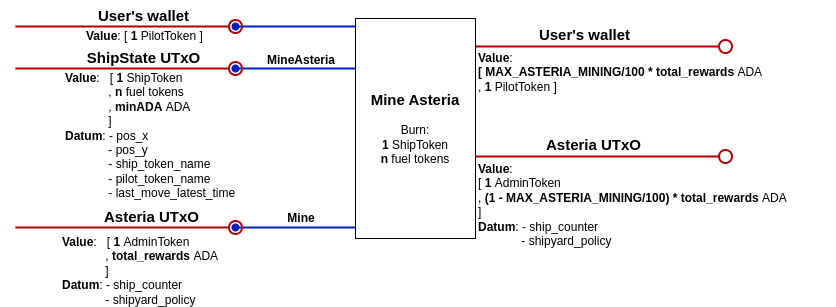
This is frontend/public/txs/mine-asteria.png from txpipe/asteria, a draw.io export, as it was before one commit. Source tidied: cells renumbered, new cells last; positions are measured from the earlier drawing's top-left corner, leaving out a move shared by most shapes.
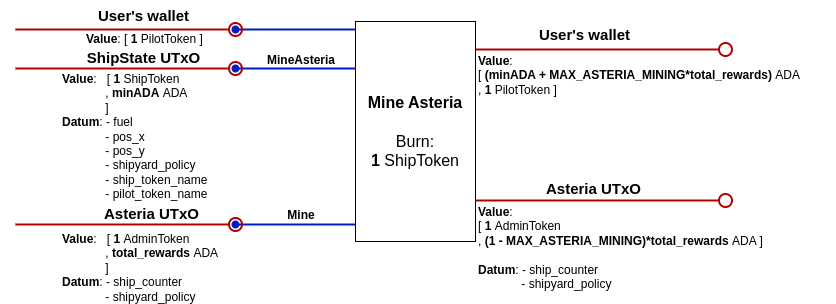
The same diagram one commit later.

Change to the diagram source:
```diff
@@ -10,3 +10,3 @@
     </mxCell>
-    <mxCell id="3" value="&lt;font style=&quot;font-size: 12px;&quot;&gt;&lt;b style=&quot;font-size: 15px;&quot;&gt;Mine Asteria&lt;/b&gt;&lt;br&gt;&lt;br&gt;&lt;font style=&quot;font-size: 12px;&quot;&gt;Burn:&lt;br&gt;&lt;b style=&quot;&quot;&gt;1 &lt;/b&gt;ShipToken&lt;br&gt;&lt;/font&gt;&lt;/font&gt;&lt;div style=&quot;&quot;&gt;&lt;font style=&quot;font-size: 12px;&quot;&gt;&lt;b style=&quot;&quot;&gt;n &lt;/b&gt;fuel tokens&lt;/font&gt;&lt;/div&gt;" style="rounded=0;whiteSpace=wrap;html=1;" parent="1" vertex="1">
+    <mxCell id="3" value="&lt;font style=&quot;font-size: 16px;&quot;&gt;&lt;b&gt;Mine Asteria&lt;/b&gt;&lt;br&gt;&lt;br&gt;Burn:&lt;br&gt;&lt;b&gt;1 &lt;/b&gt;ShipToken&lt;br&gt;&lt;/font&gt;" style="rounded=0;whiteSpace=wrap;html=1;" parent="1" vertex="1">
       <mxGeometry x="340" y="18" width="120" height="220" as="geometry" />
@@ -14,3 +14,3 @@
     <mxCell id="4" value="&lt;div&gt;&lt;font size=&quot;1&quot;&gt;&lt;b style=&quot;font-size: 15px;&quot;&gt;User's wallet&lt;/b&gt;&lt;/font&gt;&lt;/div&gt;" style="text;html=1;align=center;verticalAlign=middle;strokeColor=none;fillColor=none;" parent="1" vertex="1">
-      <mxGeometry x="514.3" y="19" width="110" height="30" as="geometry" />
+      <mxGeometry x="514.3" y="16" width="110" height="30" as="geometry" />
     </mxCell>
@@ -24,4 +24,4 @@
       <mxGeometry relative="1" as="geometry">
-        <mxPoint x="340" y="68" as="sourcePoint" />
-        <mxPoint x="220" y="68" as="targetPoint" />
+        <mxPoint x="340" y="65" as="sourcePoint" />
+        <mxPoint x="220" y="65" as="targetPoint" />
       </mxGeometry>
@@ -29,3 +29,3 @@
     <mxCell id="8" value="&lt;span style=&quot;font-size: 15px;&quot;&gt;&lt;b&gt;ShipState UTxO&lt;/b&gt;&lt;/span&gt;" style="text;html=1;align=center;verticalAlign=middle;strokeColor=none;fillColor=none;" parent="1" vertex="1">
-      <mxGeometry x="58" y="42" width="140" height="30" as="geometry" />
+      <mxGeometry x="58" y="39" width="140" height="30" as="geometry" />
     </mxCell>
@@ -33,7 +33,7 @@
       <mxGeometry relative="1" as="geometry">
-        <mxPoint y="68" as="sourcePoint" />
-        <mxPoint x="220" y="68" as="targetPoint" />
+        <mxPoint y="65" as="sourcePoint" />
+        <mxPoint x="220" y="65" as="targetPoint" />
       </mxGeometry>
     </mxCell>
-    <mxCell id="10" value="&lt;div style=&quot;caret-color: rgb(0, 0, 0); color: rgb(0, 0, 0); font-family: Helvetica; font-size: 12px; font-style: normal; font-variant-caps: normal; letter-spacing: normal; text-indent: 0px; text-transform: none; word-spacing: 0px; -webkit-text-stroke-width: 0px; text-decoration: none;&quot;&gt;&lt;div style=&quot;&quot;&gt;&lt;b&gt;Value&lt;/b&gt;:&lt;/div&gt;&lt;div&gt;&lt;b style=&quot;background-color: initial;&quot;&gt;[ MAX_ASTERIA_MINING/100 * total_rewards&lt;/b&gt;&lt;b style=&quot;background-color: initial;&quot;&gt;&amp;nbsp;&lt;/b&gt;&lt;span style=&quot;background-color: initial;&quot;&gt;ADA&lt;/span&gt;&lt;/div&gt;&lt;div style=&quot;&quot;&gt;&lt;span style=&quot;background-color: initial;&quot;&gt;, &lt;/span&gt;&lt;b style=&quot;background-color: initial;&quot;&gt;1 &lt;/b&gt;&lt;span style=&quot;background-color: initial;&quot;&gt;PilotToken&amp;nbsp;&lt;/span&gt;&lt;span style=&quot;background-color: initial;&quot;&gt;]&lt;/span&gt;&lt;/div&gt;&lt;/div&gt;" style="text;whiteSpace=wrap;html=1;fontSize=12;align=left;" parent="1" vertex="1">
+    <mxCell id="10" value="&lt;div style=&quot;caret-color: rgb(0, 0, 0); color: rgb(0, 0, 0); font-family: Helvetica; font-size: 12px; font-style: normal; font-variant-caps: normal; letter-spacing: normal; text-indent: 0px; text-transform: none; word-spacing: 0px; -webkit-text-stroke-width: 0px; text-decoration: none;&quot;&gt;&lt;div style=&quot;&quot;&gt;&lt;b&gt;Value&lt;/b&gt;:&lt;/div&gt;&lt;div&gt;[ &lt;b&gt;(&lt;/b&gt;&lt;b style=&quot;background-color: initial;&quot;&gt;minADA + MAX_ASTERIA_MINING*total_rewards&lt;/b&gt;&lt;b style=&quot;background-color: initial;&quot;&gt;) &lt;/b&gt;&lt;span style=&quot;background-color: initial;&quot;&gt;ADA&lt;/span&gt;&lt;/div&gt;&lt;div style=&quot;&quot;&gt;&lt;span style=&quot;background-color: initial;&quot;&gt;, &lt;/span&gt;&lt;b style=&quot;background-color: initial;&quot;&gt;1 &lt;/b&gt;&lt;span style=&quot;background-color: initial;&quot;&gt;PilotToken&amp;nbsp;&lt;/span&gt;&lt;span style=&quot;background-color: initial;&quot;&gt;]&lt;/span&gt;&lt;/div&gt;&lt;/div&gt;" style="text;whiteSpace=wrap;html=1;fontSize=12;align=left;" parent="1" vertex="1">
       <mxGeometry x="461" y="44" width="340" height="33" as="geometry" />
@@ -42,4 +42,4 @@
       <mxGeometry relative="1" as="geometry">
-        <mxPoint x="340" y="227" as="sourcePoint" />
-        <mxPoint x="220" y="227" as="targetPoint" />
+        <mxPoint x="340" y="221" as="sourcePoint" />
+        <mxPoint x="220" y="221" as="targetPoint" />
       </mxGeometry>
@@ -47,3 +47,3 @@
     <mxCell id="12" value="&lt;span style=&quot;font-size: 15px;&quot;&gt;&lt;b&gt;Asteria UTxO&lt;/b&gt;&lt;/span&gt;" style="text;html=1;align=center;verticalAlign=middle;strokeColor=none;fillColor=none;" parent="1" vertex="1">
-      <mxGeometry x="76.2" y="201" width="120" height="30" as="geometry" />
+      <mxGeometry x="76.2" y="195" width="120" height="30" as="geometry" />
     </mxCell>
@@ -51,4 +51,4 @@
       <mxGeometry relative="1" as="geometry">
-        <mxPoint y="227" as="sourcePoint" />
-        <mxPoint x="220" y="227" as="targetPoint" />
+        <mxPoint y="221" as="sourcePoint" />
+        <mxPoint x="220" y="221" as="targetPoint" />
       </mxGeometry>
@@ -56,3 +56,3 @@
     <mxCell id="14" value="&lt;b&gt;Mine&lt;/b&gt;" style="text;html=1;strokeColor=none;fillColor=none;align=center;verticalAlign=middle;whiteSpace=wrap;rounded=0;" parent="1" vertex="1">
-      <mxGeometry x="234" y="203" width="104" height="30" as="geometry" />
+      <mxGeometry x="234" y="197" width="104" height="30" as="geometry" />
     </mxCell>
@@ -60,4 +60,4 @@
       <mxGeometry relative="1" as="geometry">
-        <mxPoint x="460" y="156" as="sourcePoint" />
-        <mxPoint x="710" y="156" as="targetPoint" />
+        <mxPoint x="460" y="197" as="sourcePoint" />
+        <mxPoint x="710" y="197" as="targetPoint" />
       </mxGeometry>
@@ -65,12 +65,12 @@
     <mxCell id="16" value="&lt;span style=&quot;font-size: 15px;&quot;&gt;&lt;b&gt;Asteria UTxO&lt;/b&gt;&lt;/span&gt;" style="text;html=1;align=center;verticalAlign=middle;strokeColor=none;fillColor=none;" parent="1" vertex="1">
-      <mxGeometry x="518" y="129" width="120" height="30" as="geometry" />
+      <mxGeometry x="518" y="170" width="120" height="30" as="geometry" />
     </mxCell>
-    <mxCell id="17" value="&lt;div style=&quot;caret-color: rgb(0, 0, 0); color: rgb(0, 0, 0); font-family: Helvetica; font-size: 12px; font-style: normal; font-variant-caps: normal; letter-spacing: normal; text-align: left; text-indent: 0px; text-transform: none; word-spacing: 0px; -webkit-text-stroke-width: 0px; text-decoration: none;&quot;&gt;&lt;span style=&quot;font-weight: 400;&quot;&gt;&lt;b&gt;Value&lt;/b&gt;:&lt;/span&gt;&lt;/div&gt;&lt;div style=&quot;caret-color: rgb(0, 0, 0); color: rgb(0, 0, 0); font-family: Helvetica; font-size: 12px; font-style: normal; font-variant-caps: normal; letter-spacing: normal; text-align: left; text-indent: 0px; text-transform: none; word-spacing: 0px; -webkit-text-stroke-width: 0px; text-decoration: none;&quot;&gt;&lt;span style=&quot;background-color: initial;&quot;&gt;[ &lt;/span&gt;&lt;b style=&quot;background-color: initial;&quot;&gt;1&lt;/b&gt;&lt;span style=&quot;background-color: initial;&quot;&gt;&amp;nbsp;&lt;/span&gt;&lt;span style=&quot;background-color: initial;&quot;&gt;AdminToken&lt;/span&gt;&lt;/div&gt;&lt;div style=&quot;caret-color: rgb(0, 0, 0); color: rgb(0, 0, 0); font-family: Helvetica; font-size: 12px; font-style: normal; font-variant-caps: normal; letter-spacing: normal; text-align: left; text-indent: 0px; text-transform: none; word-spacing: 0px; -webkit-text-stroke-width: 0px; text-decoration: none;&quot;&gt;&lt;span style=&quot;font-weight: 400;&quot;&gt;, &lt;/span&gt;&lt;b style=&quot;background-color: initial;&quot;&gt;(1 - MAX_ASTERIA_MINING/100) *&amp;nbsp;&lt;/b&gt;&lt;b style=&quot;background-color: initial;&quot;&gt;total_rewards&lt;/b&gt;&lt;b style=&quot;background-color: initial;&quot;&gt;&amp;nbsp;&lt;/b&gt;&lt;span style=&quot;background-color: initial;&quot;&gt;ADA&lt;/span&gt;&lt;/div&gt;&lt;div style=&quot;caret-color: rgb(0, 0, 0); color: rgb(0, 0, 0); font-family: Helvetica; font-size: 12px; font-style: normal; font-variant-caps: normal; letter-spacing: normal; text-align: left; text-indent: 0px; text-transform: none; word-spacing: 0px; -webkit-text-stroke-width: 0px; text-decoration: none;&quot;&gt;&lt;span style=&quot;background-color: initial;&quot;&gt;]&lt;/span&gt;&lt;/div&gt;&lt;div style=&quot;caret-color: rgb(0, 0, 0); color: rgb(0, 0, 0); font-family: Helvetica; font-size: 12px; font-style: normal; font-variant-caps: normal; letter-spacing: normal; text-align: left; text-indent: 0px; text-transform: none; word-spacing: 0px; -webkit-text-stroke-width: 0px; text-decoration: none;&quot;&gt;&lt;div&gt;&lt;span style=&quot;background-color: initial;&quot;&gt;&lt;b&gt;Datum&lt;/b&gt;: - ship_counter&lt;/span&gt;&lt;/div&gt;&lt;div&gt;&lt;span style=&quot;background-color: initial;&quot;&gt;&lt;span style=&quot;white-space: pre;&quot;&gt;&#9;&lt;/span&gt;&amp;nbsp; &amp;nbsp; &amp;nbsp;- shipyard_policy&lt;/span&gt;&lt;/div&gt;&lt;/div&gt;" style="text;whiteSpace=wrap;html=1;fontSize=12;" parent="1" vertex="1">
-      <mxGeometry x="461" y="155" width="360" height="71" as="geometry" />
+    <mxCell id="17" value="&lt;div style=&quot;caret-color: rgb(0, 0, 0); color: rgb(0, 0, 0); font-family: Helvetica; font-size: 12px; font-style: normal; font-variant-caps: normal; letter-spacing: normal; text-align: left; text-indent: 0px; text-transform: none; word-spacing: 0px; -webkit-text-stroke-width: 0px; text-decoration: none;&quot;&gt;&lt;span style=&quot;font-weight: 400;&quot;&gt;&lt;b&gt;Value&lt;/b&gt;:&lt;/span&gt;&lt;/div&gt;&lt;div style=&quot;caret-color: rgb(0, 0, 0); color: rgb(0, 0, 0); font-family: Helvetica; font-size: 12px; font-style: normal; font-variant-caps: normal; letter-spacing: normal; text-align: left; text-indent: 0px; text-transform: none; word-spacing: 0px; -webkit-text-stroke-width: 0px; text-decoration: none;&quot;&gt;&lt;span style=&quot;background-color: initial;&quot;&gt;[ &lt;/span&gt;&lt;b style=&quot;background-color: initial;&quot;&gt;1&lt;/b&gt;&lt;span style=&quot;background-color: initial;&quot;&gt;&amp;nbsp;&lt;/span&gt;&lt;span style=&quot;background-color: initial;&quot;&gt;AdminToken&lt;/span&gt;&lt;/div&gt;&lt;div style=&quot;caret-color: rgb(0, 0, 0); color: rgb(0, 0, 0); font-family: Helvetica; font-size: 12px; font-style: normal; font-variant-caps: normal; letter-spacing: normal; text-align: left; text-indent: 0px; text-transform: none; word-spacing: 0px; -webkit-text-stroke-width: 0px; text-decoration: none;&quot;&gt;&lt;span style=&quot;font-weight: 400;&quot;&gt;,&amp;nbsp;&lt;/span&gt;&lt;b style=&quot;background-color: initial;&quot;&gt;(1 - MAX_ASTERIA_MINING)*&lt;/b&gt;&lt;b style=&quot;background-color: initial;&quot;&gt;total_rewards&lt;/b&gt;&lt;b style=&quot;background-color: initial;&quot;&gt;&amp;nbsp;&lt;/b&gt;&lt;span style=&quot;background-color: initial;&quot;&gt;ADA ]&lt;/span&gt;&lt;/div&gt;&lt;div style=&quot;caret-color: rgb(0, 0, 0); color: rgb(0, 0, 0); font-family: Helvetica; font-size: 12px; font-style: normal; font-variant-caps: normal; letter-spacing: normal; text-align: left; text-indent: 0px; text-transform: none; word-spacing: 0px; -webkit-text-stroke-width: 0px; text-decoration: none;&quot;&gt;&lt;span style=&quot;background-color: initial;&quot;&gt;&lt;br&gt;&lt;/span&gt;&lt;/div&gt;&lt;div style=&quot;caret-color: rgb(0, 0, 0); color: rgb(0, 0, 0); font-family: Helvetica; font-size: 12px; font-style: normal; font-variant-caps: normal; letter-spacing: normal; text-align: left; text-indent: 0px; text-transform: none; word-spacing: 0px; -webkit-text-stroke-width: 0px; text-decoration: none;&quot;&gt;&lt;div&gt;&lt;span style=&quot;background-color: initial;&quot;&gt;&lt;b&gt;Datum&lt;/b&gt;: - ship_counter&lt;/span&gt;&lt;/div&gt;&lt;div&gt;&lt;span style=&quot;background-color: initial;&quot;&gt;&lt;span style=&quot;white-space: pre;&quot;&gt;&#9;&lt;/span&gt;&amp;nbsp; &amp;nbsp; &amp;nbsp;- shipyard_policy&lt;/span&gt;&lt;/div&gt;&lt;/div&gt;" style="text;whiteSpace=wrap;html=1;fontSize=12;" parent="1" vertex="1">
+      <mxGeometry x="461" y="195" width="360" height="71" as="geometry" />
     </mxCell>
     <mxCell id="18" value="&lt;div style=&quot;caret-color: rgb(0, 0, 0); color: rgb(0, 0, 0); font-family: Helvetica; font-size: 12px; font-style: normal; font-variant-caps: normal; letter-spacing: normal; text-align: left; text-indent: 0px; text-transform: none; word-spacing: 0px; -webkit-text-stroke-width: 0px; text-decoration: none;&quot;&gt;&lt;span style=&quot;font-weight: 400;&quot;&gt;&lt;b&gt;Value&lt;/b&gt;: &amp;nbsp; [ &lt;/span&gt;&lt;b&gt;1&lt;/b&gt;&lt;span style=&quot;font-weight: 400;&quot;&gt;&amp;nbsp;&lt;/span&gt;AdminToken&lt;br&gt;&lt;b&gt;&lt;/b&gt;&lt;span style=&quot;font-weight: 400;&quot;&gt;&amp;nbsp; &amp;nbsp; &amp;nbsp; &amp;nbsp; &amp;nbsp; &amp;nbsp; &amp;nbsp;, &lt;/span&gt;&lt;b&gt;total_rewards&lt;/b&gt;&lt;b style=&quot;background-color: initial;&quot;&gt;&amp;nbsp;&lt;/b&gt;&lt;span style=&quot;background-color: initial;&quot;&gt;ADA&lt;/span&gt;&lt;/div&gt;&lt;div style=&quot;caret-color: rgb(0, 0, 0); color: rgb(0, 0, 0); font-family: Helvetica; font-size: 12px; font-style: normal; font-variant-caps: normal; letter-spacing: normal; text-align: left; text-indent: 0px; text-transform: none; word-spacing: 0px; -webkit-text-stroke-width: 0px; text-decoration: none;&quot;&gt;&lt;span style=&quot;background-color: initial;&quot;&gt;&amp;nbsp; &amp;nbsp; &amp;nbsp; &amp;nbsp; &amp;nbsp; &amp;nbsp; &amp;nbsp;]&lt;/span&gt;&lt;/div&gt;&lt;div style=&quot;caret-color: rgb(0, 0, 0); color: rgb(0, 0, 0); font-family: Helvetica; font-size: 12px; font-style: normal; font-variant-caps: normal; letter-spacing: normal; text-align: left; text-indent: 0px; text-transform: none; word-spacing: 0px; -webkit-text-stroke-width: 0px; text-decoration: none;&quot;&gt;&lt;span style=&quot;background-color: initial;&quot;&gt;&lt;b&gt;Datum&lt;/b&gt;: - ship_counter&lt;/span&gt;&lt;/div&gt;&lt;div style=&quot;caret-color: rgb(0, 0, 0); color: rgb(0, 0, 0); font-family: Helvetica; font-size: 12px; font-style: normal; font-variant-caps: normal; letter-spacing: normal; text-align: left; text-indent: 0px; text-transform: none; word-spacing: 0px; -webkit-text-stroke-width: 0px; text-decoration: none;&quot;&gt;&lt;span style=&quot;background-color: initial;&quot;&gt;&lt;span style=&quot;white-space: pre;&quot;&gt;&#9;&lt;/span&gt;&amp;nbsp; &amp;nbsp; &amp;nbsp;- shipyard_policy&lt;br&gt;&lt;/span&gt;&lt;/div&gt;" style="text;whiteSpace=wrap;html=1;fontSize=12;" parent="1" vertex="1">
-      <mxGeometry x="44.5" y="228" width="183.5" height="70" as="geometry" />
+      <mxGeometry x="44.5" y="222" width="183.5" height="70" as="geometry" />
     </mxCell>
     <mxCell id="19" value="&lt;b&gt;MineAsteria&lt;/b&gt;" style="text;html=1;strokeColor=none;fillColor=none;align=center;verticalAlign=middle;whiteSpace=wrap;rounded=0;" parent="1" vertex="1">
-      <mxGeometry x="234" y="45" width="104" height="30" as="geometry" />
+      <mxGeometry x="234" y="42" width="104" height="30" as="geometry" />
     </mxCell>
@@ -83,3 +83,3 @@
     <mxCell id="21" value="&lt;b&gt;&lt;font style=&quot;font-size: 15px;&quot;&gt;User's wallet&lt;/font&gt;&lt;/b&gt;" style="text;html=1;align=center;verticalAlign=middle;strokeColor=none;fillColor=none;" parent="1" vertex="1">
-      <mxGeometry x="73" width="110" height="30" as="geometry" />
+      <mxGeometry x="73" y="-3" width="110" height="30" as="geometry" />
     </mxCell>
@@ -94,5 +94,5 @@
     </mxCell>
-    <mxCell id="24" value="&lt;div style=&quot;caret-color: rgb(0, 0, 0); color: rgb(0, 0, 0); font-family: Helvetica; font-size: 12px; font-style: normal; font-variant-caps: normal; letter-spacing: normal; text-align: left; text-indent: 0px; text-transform: none; word-spacing: 0px; -webkit-text-stroke-width: 0px; text-decoration: none;&quot;&gt;&lt;span style=&quot;font-weight: 400;&quot;&gt;&lt;b&gt;Value&lt;/b&gt;: &amp;nbsp; [ &lt;/span&gt;&lt;b&gt;1&lt;/b&gt;&lt;span style=&quot;font-weight: 400;&quot;&gt;&amp;nbsp;Ship&lt;/span&gt;Token&lt;/div&gt;&lt;div style=&quot;caret-color: rgb(0, 0, 0); color: rgb(0, 0, 0); font-family: Helvetica; font-size: 12px; font-style: normal; font-variant-caps: normal; letter-spacing: normal; text-align: left; text-indent: 0px; text-transform: none; word-spacing: 0px; -webkit-text-stroke-width: 0px; text-decoration: none;&quot;&gt;&amp;nbsp; &amp;nbsp; &amp;nbsp; &amp;nbsp; &amp;nbsp; &amp;nbsp; &amp;nbsp;, &lt;b&gt;n &lt;/b&gt;fuel tokens&lt;br&gt;&lt;b&gt;&lt;/b&gt;&lt;span style=&quot;font-weight: 400;&quot;&gt;&amp;nbsp; &amp;nbsp; &amp;nbsp; &amp;nbsp; &amp;nbsp; &amp;nbsp; &amp;nbsp;, &lt;/span&gt;&lt;b&gt;minADA&lt;/b&gt;&amp;nbsp;ADA&lt;/div&gt;&lt;div style=&quot;caret-color: rgb(0, 0, 0); color: rgb(0, 0, 0); font-family: Helvetica; font-size: 12px; font-style: normal; font-variant-caps: normal; letter-spacing: normal; text-align: left; text-indent: 0px; text-transform: none; word-spacing: 0px; -webkit-text-stroke-width: 0px; text-decoration: none;&quot;&gt;&lt;span style=&quot;background-color: initial;&quot;&gt;&amp;nbsp; &amp;nbsp; &amp;nbsp; &amp;nbsp; &amp;nbsp; &amp;nbsp; &amp;nbsp;]&lt;/span&gt;&lt;/div&gt;&lt;div style=&quot;caret-color: rgb(0, 0, 0); color: rgb(0, 0, 0); font-family: Helvetica; font-size: 12px; font-style: normal; font-variant-caps: normal; letter-spacing: normal; text-align: left; text-indent: 0px; text-transform: none; word-spacing: 0px; -webkit-text-stroke-width: 0px; text-decoration: none;&quot;&gt;&lt;span style=&quot;background-color: initial;&quot;&gt;&lt;b&gt;Datum&lt;/b&gt;:&amp;nbsp;&lt;/span&gt;&lt;span style=&quot;background-color: initial;&quot;&gt;- pos_x&lt;/span&gt;&lt;/div&gt;&lt;div style=&quot;caret-color: rgb(0, 0, 0); color: rgb(0, 0, 0); font-family: Helvetica; font-size: 12px; font-style: normal; font-variant-caps: normal; letter-spacing: normal; text-align: left; text-indent: 0px; text-transform: none; word-spacing: 0px; -webkit-text-stroke-width: 0px; text-decoration: none;&quot;&gt;&lt;span style=&quot;background-color: initial;&quot;&gt;&lt;span style=&quot;white-space: pre;&quot;&gt;&#9;&lt;/span&gt;&amp;nbsp; &amp;nbsp; &amp;nbsp;- pos_y&lt;/span&gt;&lt;/div&gt;&lt;div style=&quot;caret-color: rgb(0, 0, 0); color: rgb(0, 0, 0); font-family: Helvetica; font-size: 12px; font-style: normal; font-variant-caps: normal; letter-spacing: normal; text-align: left; text-indent: 0px; text-transform: none; word-spacing: 0px; -webkit-text-stroke-width: 0px; text-decoration: none;&quot;&gt;&lt;span style=&quot;background-color: initial;&quot;&gt;&lt;span style=&quot;white-space: pre;&quot;&gt;&#9;&lt;/span&gt;&amp;nbsp; &amp;nbsp; &amp;nbsp;- ship_token_name&lt;br&gt;&lt;/span&gt;&lt;/div&gt;&lt;div style=&quot;caret-color: rgb(0, 0, 0); color: rgb(0, 0, 0); font-family: Helvetica; font-size: 12px; font-style: normal; font-variant-caps: normal; letter-spacing: normal; text-align: left; text-indent: 0px; text-transform: none; word-spacing: 0px; -webkit-text-stroke-width: 0px; text-decoration: none;&quot;&gt;&lt;span style=&quot;background-color: initial;&quot;&gt;&lt;span style=&quot;white-space: pre;&quot;&gt;&#9;&lt;/span&gt;&amp;nbsp; &amp;nbsp; &amp;nbsp;- pilot_token_name&lt;br&gt;&lt;/span&gt;&lt;/div&gt;&lt;div style=&quot;caret-color: rgb(0, 0, 0); color: rgb(0, 0, 0); font-family: Helvetica; font-size: 12px; font-style: normal; font-variant-caps: normal; letter-spacing: normal; text-align: left; text-indent: 0px; text-transform: none; word-spacing: 0px; -webkit-text-stroke-width: 0px; text-decoration: none;&quot;&gt;&lt;span style=&quot;background-color: initial;&quot;&gt;&lt;span style=&quot;white-space: pre;&quot;&gt;&#9;&lt;/span&gt;&amp;nbsp; &amp;nbsp; &amp;nbsp;- last_move_latest_time&lt;br&gt;&lt;/span&gt;&lt;/div&gt;" style="text;whiteSpace=wrap;html=1;fontSize=12;" parent="1" vertex="1">
-      <mxGeometry x="48" y="64" width="239.5" height="110" as="geometry" />
-    </mxCell>
+    <mxCell id="25" value="&lt;div style=&quot;caret-color: rgb(0, 0, 0); color: rgb(0, 0, 0); font-family: Helvetica; font-size: 12px; font-style: normal; font-variant-caps: normal; letter-spacing: normal; text-align: left; text-indent: 0px; text-transform: none; word-spacing: 0px; -webkit-text-stroke-width: 0px; text-decoration: none;&quot;&gt;&lt;span style=&quot;font-weight: 400;&quot;&gt;&lt;b&gt;Value&lt;/b&gt;: &amp;nbsp; [ &lt;/span&gt;&lt;b&gt;1&lt;/b&gt;&lt;span style=&quot;font-weight: 400;&quot;&gt;&amp;nbsp;Ship&lt;/span&gt;Token&lt;br&gt;&lt;b&gt;&lt;/b&gt;&lt;span style=&quot;font-weight: 400;&quot;&gt;&amp;nbsp; &amp;nbsp; &amp;nbsp; &amp;nbsp; &amp;nbsp; &amp;nbsp; &amp;nbsp;, &lt;/span&gt;&lt;b&gt;minADA&lt;/b&gt;&amp;nbsp;ADA&lt;/div&gt;&lt;div style=&quot;caret-color: rgb(0, 0, 0); color: rgb(0, 0, 0); font-family: Helvetica; font-size: 12px; font-style: normal; font-variant-caps: normal; letter-spacing: normal; text-align: left; text-indent: 0px; text-transform: none; word-spacing: 0px; -webkit-text-stroke-width: 0px; text-decoration: none;&quot;&gt;&lt;span style=&quot;background-color: initial;&quot;&gt;&amp;nbsp; &amp;nbsp; &amp;nbsp; &amp;nbsp; &amp;nbsp; &amp;nbsp; &amp;nbsp;]&lt;/span&gt;&lt;/div&gt;&lt;div style=&quot;caret-color: rgb(0, 0, 0); color: rgb(0, 0, 0); font-family: Helvetica; font-size: 12px; font-style: normal; font-variant-caps: normal; letter-spacing: normal; text-align: left; text-indent: 0px; text-transform: none; word-spacing: 0px; -webkit-text-stroke-width: 0px; text-decoration: none;&quot;&gt;&lt;span style=&quot;background-color: initial;&quot;&gt;&lt;b&gt;Datum&lt;/b&gt;: - fuel&lt;/span&gt;&lt;/div&gt;&lt;div style=&quot;caret-color: rgb(0, 0, 0); color: rgb(0, 0, 0); font-family: Helvetica; font-size: 12px; font-style: normal; font-variant-caps: normal; letter-spacing: normal; text-align: left; text-indent: 0px; text-transform: none; word-spacing: 0px; -webkit-text-stroke-width: 0px; text-decoration: none;&quot;&gt;&lt;span style=&quot;background-color: initial;&quot;&gt;&lt;span style=&quot;white-space: pre;&quot;&gt;&#9;&lt;/span&gt;&amp;nbsp; &amp;nbsp; &amp;nbsp;- pos_x&lt;/span&gt;&lt;/div&gt;&lt;div style=&quot;caret-color: rgb(0, 0, 0); color: rgb(0, 0, 0); font-family: Helvetica; font-size: 12px; font-style: normal; font-variant-caps: normal; letter-spacing: normal; text-align: left; text-indent: 0px; text-transform: none; word-spacing: 0px; -webkit-text-stroke-width: 0px; text-decoration: none;&quot;&gt;&lt;span style=&quot;background-color: initial;&quot;&gt;&lt;span style=&quot;white-space: pre;&quot;&gt;&#9;&lt;/span&gt;&amp;nbsp; &amp;nbsp; &amp;nbsp;- pos_y&lt;/span&gt;&lt;/div&gt;&lt;div style=&quot;caret-color: rgb(0, 0, 0); color: rgb(0, 0, 0); font-family: Helvetica; font-size: 12px; font-style: normal; font-variant-caps: normal; letter-spacing: normal; text-align: left; text-indent: 0px; text-transform: none; word-spacing: 0px; -webkit-text-stroke-width: 0px; text-decoration: none;&quot;&gt;&lt;span style=&quot;background-color: initial;&quot;&gt;&amp;nbsp; &amp;nbsp; &amp;nbsp; &amp;nbsp; &amp;nbsp; &amp;nbsp; &amp;nbsp;- shipyard_policy&lt;/span&gt;&lt;/div&gt;&lt;div style=&quot;caret-color: rgb(0, 0, 0); color: rgb(0, 0, 0); font-family: Helvetica; font-size: 12px; font-style: normal; font-variant-caps: normal; letter-spacing: normal; text-align: left; text-indent: 0px; text-transform: none; word-spacing: 0px; -webkit-text-stroke-width: 0px; text-decoration: none;&quot;&gt;&lt;span style=&quot;background-color: initial;&quot;&gt;&lt;span style=&quot;white-space: pre;&quot;&gt;&#9;&lt;/span&gt;&amp;nbsp; &amp;nbsp; &amp;nbsp;- ship_token_name&lt;br&gt;&lt;/span&gt;&lt;/div&gt;&lt;div style=&quot;caret-color: rgb(0, 0, 0); color: rgb(0, 0, 0); font-family: Helvetica; font-size: 12px; font-style: normal; font-variant-caps: normal; letter-spacing: normal; text-align: left; text-indent: 0px; text-transform: none; word-spacing: 0px; -webkit-text-stroke-width: 0px; text-decoration: none;&quot;&gt;&lt;span style=&quot;background-color: initial;&quot;&gt;&lt;span style=&quot;white-space: pre;&quot;&gt;&#9;&lt;/span&gt;&amp;nbsp; &amp;nbsp; &amp;nbsp;- pilot_token_name&lt;br&gt;&lt;/span&gt;&lt;/div&gt;" style="text;whiteSpace=wrap;html=1;fontSize=12;" parent="1" vertex="1">
+      <mxGeometry x="44.5" y="62" width="239.5" height="110" as="geometry" />
+    </mxCell>
   </root>
```
